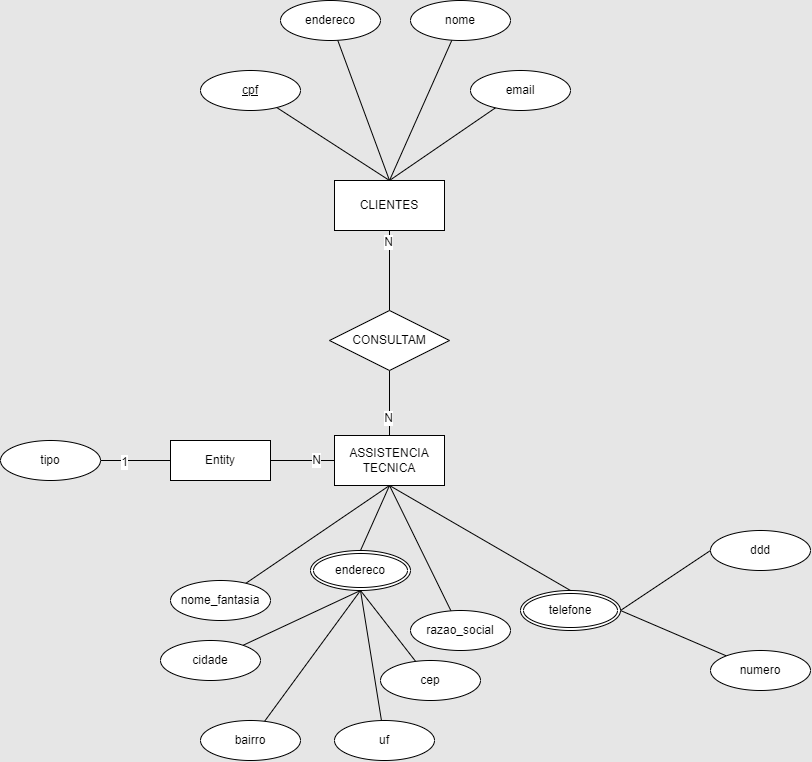
batista29/puc keeps this draw.io diagram as puc2024.2/bcd/cardinalidades/assistenciatecnica.drawio.png. Above is the earlier version. Source tidied: cells renumbered, new cells last; positions are measured from the earlier drawing's top-left corner, leaving out a move shared by most shapes. The source it was exported from:
```xml
<mxGraphModel background="#E6E6E6">
  <root>
    <mxCell id="0" />
    <mxCell id="1" parent="0" />
    <mxCell id="2" value="ASSISTENCIA TECNICA" style="html=1;whiteSpace=wrap;" parent="1" vertex="1">
      <mxGeometry x="334" y="435" width="110" height="50" as="geometry" />
    </mxCell>
    <mxCell id="3" style="edgeStyle=none;curved=1;rounded=0;jettySize=auto;html=1;entryX=0;entryY=0.5;entryDx=0;entryDy=0;fontSize=12;startSize=8;endSize=8;endArrow=none;endFill=0;" parent="1" edge="1" source="5" target="41">
      <mxGeometry relative="1" as="geometry" />
    </mxCell>
    <mxCell id="4" value="1" style="edgeLabel;html=1;align=center;verticalAlign=middle;fontSize=12;" parent="3" vertex="1">
      <mxGeometry x="-0.35" y="-1" relative="1" as="geometry" />
    </mxCell>
    <mxCell id="5" value="tipo" style="ellipse;whiteSpace=wrap;html=1;align=center;" parent="1" vertex="1">
      <mxGeometry y="440" width="100" height="40" as="geometry" />
    </mxCell>
    <mxCell id="6" style="edgeStyle=none;curved=1;rounded=0;jettySize=auto;html=1;entryX=0.5;entryY=0;entryDx=0;entryDy=0;fontSize=12;startSize=8;endSize=8;endArrow=none;endFill=0;" parent="1" edge="1" source="8" target="11">
      <mxGeometry relative="1" as="geometry" />
    </mxCell>
    <mxCell id="7" value="N" style="edgeLabel;html=1;align=center;verticalAlign=middle;fontSize=12;" parent="6" vertex="1">
      <mxGeometry x="-0.71" y="-2" relative="1" as="geometry" />
    </mxCell>
    <mxCell id="8" value="CLIENTES" style="html=1;whiteSpace=wrap;" parent="1" vertex="1">
      <mxGeometry x="334" y="180" width="110" height="50" as="geometry" />
    </mxCell>
    <mxCell id="9" style="edgeStyle=none;curved=1;rounded=0;jettySize=auto;html=1;entryX=0.5;entryY=0;entryDx=0;entryDy=0;fontSize=12;startSize=8;endSize=8;endArrow=none;endFill=0;" parent="1" edge="1" source="11" target="2">
      <mxGeometry relative="1" as="geometry" />
    </mxCell>
    <mxCell id="10" value="N" style="edgeLabel;html=1;align=center;verticalAlign=middle;fontSize=12;" parent="9" vertex="1">
      <mxGeometry x="0.45" y="-2" relative="1" as="geometry" />
    </mxCell>
    <mxCell id="11" value="CONSULTAM" style="shape=rhombus;perimeter=rhombusPerimeter;whiteSpace=wrap;html=1;align=center;" parent="1" vertex="1">
      <mxGeometry x="329" y="310" width="120" height="60" as="geometry" />
    </mxCell>
    <mxCell id="12" style="edgeStyle=none;curved=1;rounded=0;jettySize=auto;html=1;entryX=0.5;entryY=0;entryDx=0;entryDy=0;fontSize=12;startSize=8;endSize=8;endArrow=none;endFill=0;" parent="1" edge="1" source="13" target="8">
      <mxGeometry relative="1" as="geometry" />
    </mxCell>
    <mxCell id="13" value="cpf" style="ellipse;whiteSpace=wrap;html=1;align=center;fontStyle=4;" parent="1" vertex="1">
      <mxGeometry x="200" y="70" width="100" height="40" as="geometry" />
    </mxCell>
    <mxCell id="14" style="edgeStyle=none;curved=1;rounded=0;jettySize=auto;html=1;entryX=0.5;entryY=0;entryDx=0;entryDy=0;fontSize=12;startSize=8;endSize=8;endArrow=none;endFill=0;" parent="1" edge="1" source="15" target="8">
      <mxGeometry relative="1" as="geometry" />
    </mxCell>
    <mxCell id="15" value="nome" style="ellipse;whiteSpace=wrap;html=1;align=center;" parent="1" vertex="1">
      <mxGeometry x="410" width="100" height="40" as="geometry" />
    </mxCell>
    <mxCell id="16" style="edgeStyle=none;curved=1;rounded=0;jettySize=auto;html=1;entryX=0.5;entryY=0;entryDx=0;entryDy=0;fontSize=12;startSize=8;endSize=8;endArrow=none;endFill=0;" parent="1" edge="1" source="17" target="8">
      <mxGeometry relative="1" as="geometry" />
    </mxCell>
    <mxCell id="17" value="endereco" style="ellipse;whiteSpace=wrap;html=1;align=center;" parent="1" vertex="1">
      <mxGeometry x="280" width="100" height="40" as="geometry" />
    </mxCell>
    <mxCell id="18" style="edgeStyle=none;curved=1;rounded=0;jettySize=auto;html=1;entryX=0.5;entryY=0;entryDx=0;entryDy=0;fontSize=12;startSize=8;endSize=8;endArrow=none;endFill=0;" parent="1" edge="1" source="19" target="8">
      <mxGeometry relative="1" as="geometry" />
    </mxCell>
    <mxCell id="19" value="email" style="ellipse;whiteSpace=wrap;html=1;align=center;" parent="1" vertex="1">
      <mxGeometry x="470" y="70" width="100" height="40" as="geometry" />
    </mxCell>
    <mxCell id="20" style="edgeStyle=none;curved=1;rounded=0;jettySize=auto;html=1;entryX=0.5;entryY=1;entryDx=0;entryDy=0;fontSize=12;startSize=8;endSize=8;endArrow=none;endFill=0;" parent="1" edge="1" source="21" target="42">
      <mxGeometry relative="1" as="geometry" />
    </mxCell>
    <mxCell id="21" value="uf" style="ellipse;whiteSpace=wrap;html=1;align=center;" parent="1" vertex="1">
      <mxGeometry x="334" y="720" width="100" height="40" as="geometry" />
    </mxCell>
    <mxCell id="22" style="edgeStyle=none;curved=1;rounded=0;jettySize=auto;html=1;entryX=0.5;entryY=1;entryDx=0;entryDy=0;fontSize=12;startSize=8;endSize=8;endArrow=none;endFill=0;" parent="1" edge="1" source="23" target="42">
      <mxGeometry relative="1" as="geometry" />
    </mxCell>
    <mxCell id="23" value="cidade" style="ellipse;whiteSpace=wrap;html=1;align=center;" parent="1" vertex="1">
      <mxGeometry x="160" y="640" width="100" height="40" as="geometry" />
    </mxCell>
    <mxCell id="24" style="edgeStyle=none;curved=1;rounded=0;jettySize=auto;html=1;entryX=1;entryY=0.5;entryDx=0;entryDy=0;fontSize=12;startSize=8;endSize=8;exitX=0;exitY=0.5;exitDx=0;exitDy=0;endArrow=none;endFill=0;" parent="1" edge="1" source="25" target="38">
      <mxGeometry relative="1" as="geometry" />
    </mxCell>
    <mxCell id="25" value="ddd" style="ellipse;whiteSpace=wrap;html=1;align=center;" parent="1" vertex="1">
      <mxGeometry x="710" y="530" width="100" height="40" as="geometry" />
    </mxCell>
    <mxCell id="26" style="edgeStyle=none;curved=1;rounded=0;jettySize=auto;html=1;entryX=0.5;entryY=1;entryDx=0;entryDy=0;fontSize=12;startSize=8;endSize=8;endArrow=none;endFill=0;exitX=0.5;exitY=0;exitDx=0;exitDy=0;" parent="1" edge="1" source="42" target="2">
      <mxGeometry relative="1" as="geometry" />
    </mxCell>
    <mxCell id="27" style="edgeStyle=none;curved=1;rounded=0;jettySize=auto;html=1;entryX=0.5;entryY=1;entryDx=0;entryDy=0;fontSize=12;startSize=8;endSize=8;endArrow=none;endFill=0;" parent="1" edge="1" source="28" target="42">
      <mxGeometry relative="1" as="geometry" />
    </mxCell>
    <mxCell id="28" value="bairro" style="ellipse;whiteSpace=wrap;html=1;align=center;" parent="1" vertex="1">
      <mxGeometry x="200" y="720" width="100" height="40" as="geometry" />
    </mxCell>
    <mxCell id="29" style="edgeStyle=none;curved=1;rounded=0;jettySize=auto;html=1;entryX=0.5;entryY=1;entryDx=0;entryDy=0;fontSize=12;startSize=8;endSize=8;endArrow=none;endFill=0;" parent="1" edge="1" source="30" target="2">
      <mxGeometry relative="1" as="geometry" />
    </mxCell>
    <mxCell id="30" value="nome_fantasia" style="ellipse;whiteSpace=wrap;html=1;align=center;" parent="1" vertex="1">
      <mxGeometry x="170" y="580" width="100" height="40" as="geometry" />
    </mxCell>
    <mxCell id="31" style="edgeStyle=none;curved=1;rounded=0;jettySize=auto;html=1;entryX=0.5;entryY=1;entryDx=0;entryDy=0;fontSize=12;startSize=8;endSize=8;endArrow=none;endFill=0;" parent="1" edge="1" source="32" target="42">
      <mxGeometry relative="1" as="geometry" />
    </mxCell>
    <mxCell id="32" value="cep" style="ellipse;whiteSpace=wrap;html=1;align=center;" parent="1" vertex="1">
      <mxGeometry x="380" y="660" width="100" height="40" as="geometry" />
    </mxCell>
    <mxCell id="33" style="edgeStyle=none;curved=1;rounded=0;jettySize=auto;html=1;entryX=0.5;entryY=1;entryDx=0;entryDy=0;fontSize=12;startSize=8;endSize=8;endArrow=none;endFill=0;" parent="1" edge="1" source="34" target="2">
      <mxGeometry relative="1" as="geometry" />
    </mxCell>
    <mxCell id="34" value="razao_social" style="ellipse;whiteSpace=wrap;html=1;align=center;" parent="1" vertex="1">
      <mxGeometry x="410" y="610" width="100" height="40" as="geometry" />
    </mxCell>
    <mxCell id="35" style="edgeStyle=none;curved=1;rounded=0;jettySize=auto;html=1;entryX=0.5;entryY=1;entryDx=0;entryDy=0;fontSize=12;startSize=8;endSize=8;endArrow=none;endFill=0;exitX=0.5;exitY=0;exitDx=0;exitDy=0;" parent="1" edge="1" source="38" target="2">
      <mxGeometry relative="1" as="geometry" />
    </mxCell>
    <mxCell id="36" style="edgeStyle=none;curved=1;rounded=0;jettySize=auto;html=1;entryX=1;entryY=0.5;entryDx=0;entryDy=0;fontSize=12;startSize=8;endSize=8;endArrow=none;endFill=0;" parent="1" edge="1" source="37" target="38">
      <mxGeometry relative="1" as="geometry" />
    </mxCell>
    <mxCell id="37" value="numero" style="ellipse;whiteSpace=wrap;html=1;align=center;" parent="1" vertex="1">
      <mxGeometry x="710" y="650" width="100" height="40" as="geometry" />
    </mxCell>
    <mxCell id="38" value="telefone" style="ellipse;shape=doubleEllipse;margin=3;whiteSpace=wrap;html=1;align=center;" parent="1" vertex="1">
      <mxGeometry x="520" y="590" width="100" height="40" as="geometry" />
    </mxCell>
    <mxCell id="39" style="edgeStyle=none;curved=1;rounded=0;jettySize=auto;html=1;entryX=0;entryY=0.5;entryDx=0;entryDy=0;fontSize=12;startSize=8;endSize=8;endArrow=none;endFill=0;" parent="1" edge="1" source="41" target="2">
      <mxGeometry relative="1" as="geometry" />
    </mxCell>
    <mxCell id="40" value="N" style="edgeLabel;html=1;align=center;verticalAlign=middle;fontSize=12;" parent="39" vertex="1">
      <mxGeometry x="0.43" y="1" relative="1" as="geometry" />
    </mxCell>
    <mxCell id="41" value="Entity" style="whiteSpace=wrap;html=1;align=center;" parent="1" vertex="1">
      <mxGeometry x="170" y="440" width="100" height="40" as="geometry" />
    </mxCell>
    <mxCell id="42" value="endereco" style="ellipse;shape=doubleEllipse;margin=3;whiteSpace=wrap;html=1;align=center;" parent="1" vertex="1">
      <mxGeometry x="310" y="550" width="100" height="40" as="geometry" />
    </mxCell>
  </root>
</mxGraphModel>
```
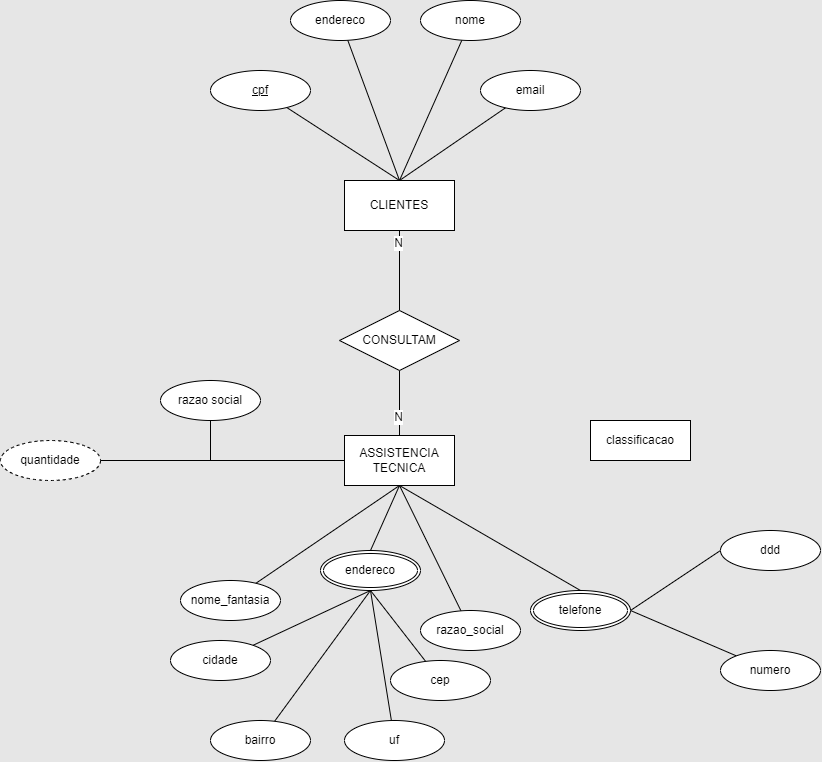
Later version of the same file.

The edit, as a diff of the source:
```diff
@@ -5,15 +5,6 @@
     <mxCell id="2" value="ASSISTENCIA TECNICA" style="html=1;whiteSpace=wrap;" parent="1" vertex="1">
       <mxGeometry x="334" y="435" width="110" height="50" as="geometry" />
     </mxCell>
-    <mxCell id="3" style="edgeStyle=none;curved=1;rounded=0;jettySize=auto;html=1;entryX=0;entryY=0.5;entryDx=0;entryDy=0;fontSize=12;startSize=8;endSize=8;endArrow=none;endFill=0;" parent="1" edge="1" source="5" target="41">
-      <mxGeometry relative="1" as="geometry" />
-    </mxCell>
-    <mxCell id="4" value="1" style="edgeLabel;html=1;align=center;verticalAlign=middle;fontSize=12;" parent="3" vertex="1">
-      <mxGeometry x="-0.35" y="-1" relative="1" as="geometry" />
-    </mxCell>
-    <mxCell id="5" value="tipo" style="ellipse;whiteSpace=wrap;html=1;align=center;" parent="1" vertex="1">
-      <mxGeometry y="440" width="100" height="40" as="geometry" />
-    </mxCell>
     <mxCell id="6" style="edgeStyle=none;curved=1;rounded=0;jettySize=auto;html=1;entryX=0.5;entryY=0;entryDx=0;entryDy=0;fontSize=12;startSize=8;endSize=8;endArrow=none;endFill=0;" parent="1" edge="1" source="8" target="11">
       <mxGeometry relative="1" as="geometry" />
     </mxCell>
@@ -113,17 +104,23 @@
     <mxCell id="38" value="telefone" style="ellipse;shape=doubleEllipse;margin=3;whiteSpace=wrap;html=1;align=center;" parent="1" vertex="1">
       <mxGeometry x="520" y="590" width="100" height="40" as="geometry" />
     </mxCell>
-    <mxCell id="39" style="edgeStyle=none;curved=1;rounded=0;jettySize=auto;html=1;entryX=0;entryY=0.5;entryDx=0;entryDy=0;fontSize=12;startSize=8;endSize=8;endArrow=none;endFill=0;" parent="1" edge="1" source="41" target="2">
-      <mxGeometry relative="1" as="geometry" />
-    </mxCell>
-    <mxCell id="40" value="N" style="edgeLabel;html=1;align=center;verticalAlign=middle;fontSize=12;" parent="39" vertex="1">
-      <mxGeometry x="0.43" y="1" relative="1" as="geometry" />
-    </mxCell>
-    <mxCell id="41" value="Entity" style="whiteSpace=wrap;html=1;align=center;" parent="1" vertex="1">
-      <mxGeometry x="170" y="440" width="100" height="40" as="geometry" />
-    </mxCell>
     <mxCell id="42" value="endereco" style="ellipse;shape=doubleEllipse;margin=3;whiteSpace=wrap;html=1;align=center;" parent="1" vertex="1">
       <mxGeometry x="310" y="550" width="100" height="40" as="geometry" />
     </mxCell>
+    <mxCell id="43" style="edgeStyle=orthogonalEdgeStyle;rounded=0;jettySize=auto;html=1;entryX=0;entryY=0.5;entryDx=0;entryDy=0;endArrow=none;endFill=0;" parent="1" edge="1" source="44" target="2">
+      <mxGeometry relative="1" as="geometry" />
+    </mxCell>
+    <mxCell id="44" value="quantidade" style="ellipse;whiteSpace=wrap;html=1;align=center;dashed=1;" parent="1" vertex="1">
+      <mxGeometry x="-10" y="440" width="100" height="40" as="geometry" />
+    </mxCell>
+    <mxCell id="45" style="edgeStyle=orthogonalEdgeStyle;rounded=0;jettySize=auto;html=1;entryX=0;entryY=0.5;entryDx=0;entryDy=0;exitX=0.5;exitY=1;exitDx=0;exitDy=0;endArrow=none;endFill=0;" parent="1" edge="1" source="46" target="2">
+      <mxGeometry relative="1" as="geometry" />
+    </mxCell>
+    <mxCell id="46" value="razao social" style="ellipse;whiteSpace=wrap;html=1;align=center;" parent="1" vertex="1">
+      <mxGeometry x="150" y="380" width="100" height="40" as="geometry" />
+    </mxCell>
+    <mxCell id="47" value="classificacao" style="whiteSpace=wrap;html=1;align=center;" parent="1" vertex="1">
+      <mxGeometry x="580" y="420" width="100" height="40" as="geometry" />
+    </mxCell>
   </root>
 </mxGraphModel>
```
